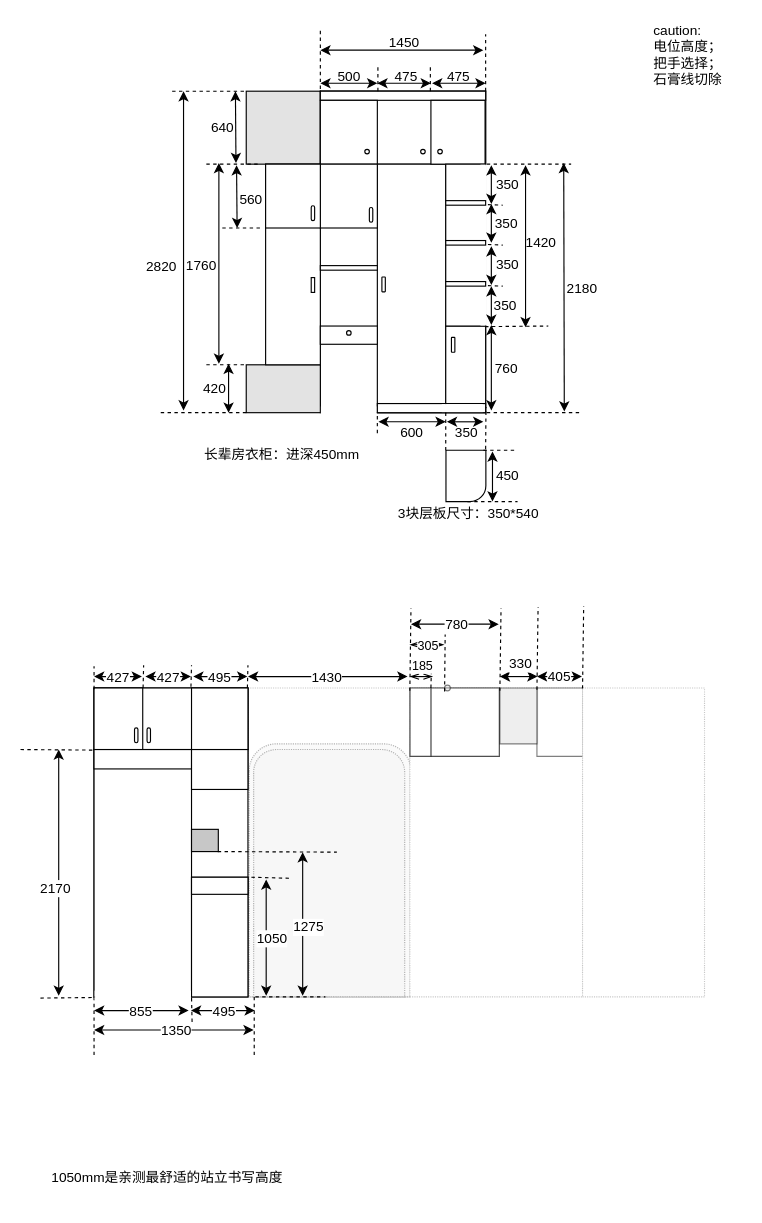
The draw.io diagram result/装修图.drawio in Soffiaa/getTitles, before the edit. Source tidied: cells renumbered, new cells numbered last; positions are measured from the earlier drawing's top-left corner, leaving out a move shared by most shapes. Both pictures are drawn from the tidied source at 114%, with x=0, y=0 at pixel (19, 19).
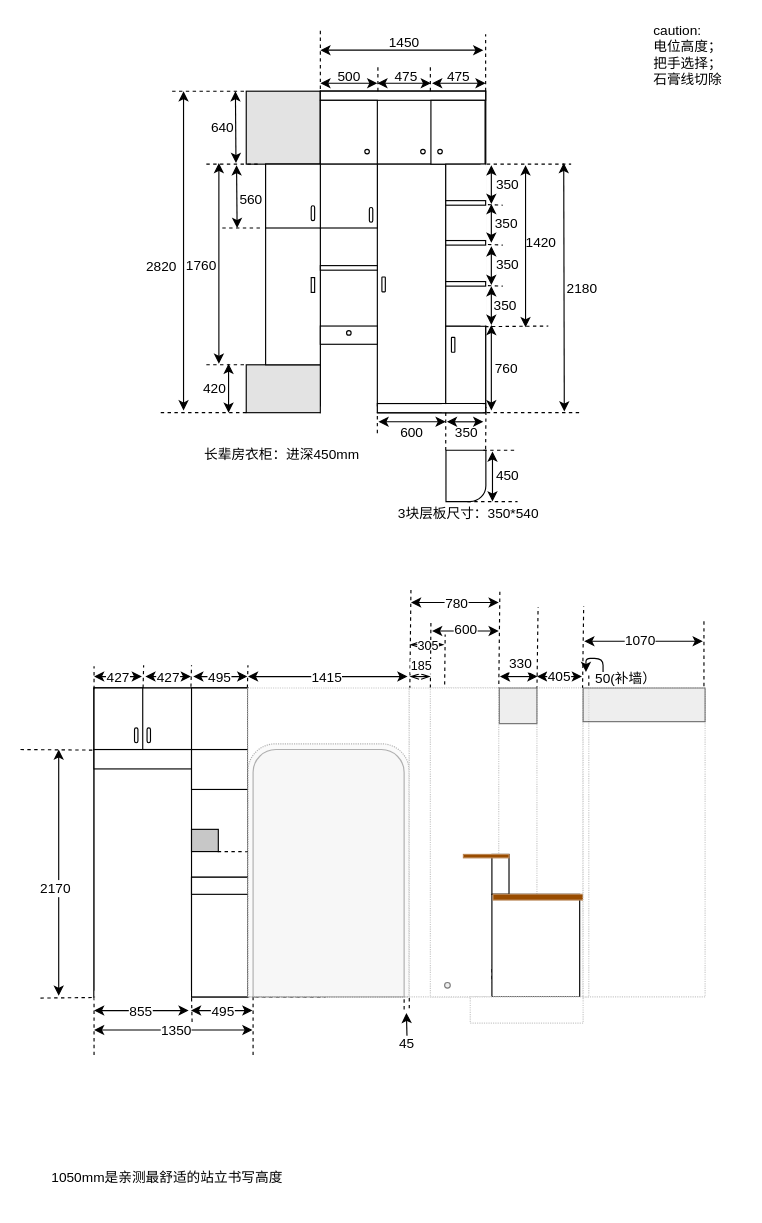
The same diagram, later.

The change refers to these unchanged cells:
```xml
<mxCell id="164" style="endArrow=classic;startArrow=classic;html=1;" parent="1" edge="1">
  <mxGeometry relative="1" as="geometry">
    <mxPoint x="200" y="576" as="sourcePoint" />
    <mxPoint x="340" y="576" as="targetPoint" />
  </mxGeometry>
</mxCell>
```

Diff of the diagram source:
```diff
@@
-    <mxCell id="2" style="group;" parent="1" vertex="1">
-      <mxGeometry x="200" y="586" width="143" height="272" as="geometry" />
-    </mxCell>
-    <mxCell id="3" style="group;" parent="2" vertex="1">
-      <mxGeometry width="143" height="272" as="geometry" />
-    </mxCell>
-    <mxCell id="4" style="rounded=0;whiteSpace=wrap;html=1;strokeColor=#C7C7C7;dashed=1;dashPattern=1 1;" parent="3" vertex="1">
-      <mxGeometry width="142" height="271" as="geometry" />
-    </mxCell>
-    <mxCell id="5" style="group;" parent="3" vertex="1">
-      <mxGeometry x="1" y="49" width="142" height="222" as="geometry" />
-    </mxCell>
-    <mxCell id="6" style="verticalLabelPosition=bottom;verticalAlign=top;html=1;shape=mxgraph.basic.rect;fillColor=#f5f5f5;fillColor2=none;strokeColor=#666666;strokeWidth=1;size=24;indent=5;dashed=1;dashPattern=1 1;topLeftStyle=rounded;topRightStyle=rounded;fontColor=#333333;opacity=50;" parent="5" vertex="1">
-      <mxGeometry width="142" height="222" as="geometry" />
-    </mxCell>
-    <mxCell id="7" style="verticalLabelPosition=bottom;verticalAlign=top;html=1;shape=mxgraph.basic.rect;fillColor=#f5f5f5;fillColor2=none;strokeColor=#666666;strokeWidth=1;size=20;indent=5;dashed=1;dashPattern=1 1;topLeftStyle=rounded;topRightStyle=rounded;fontColor=#333333;opacity=50;" parent="5" vertex="1">
-      <mxGeometry x="4" y="5" width="132.5" height="217" as="geometry" />
-    </mxCell>
@@
     <mxCell id="121" style="endArrow=none;dashed=1;html=1;" parent="1" edge="1">
       <mxGeometry relative="1" as="geometry">
-        <mxPoint x="205.5" y="908" as="sourcePoint" />
-        <mxPoint x="205.5" y="857" as="targetPoint" />
+        <mxPoint x="204.5" y="908" as="sourcePoint" />
+        <mxPoint x="204.5" y="857" as="targetPoint" />
       </mxGeometry>
     </mxCell>
     <mxCell id="122" style="endArrow=classic;startArrow=classic;html=1;" parent="1" edge="1">
       <mxGeometry relative="1" as="geometry">
         <mxPoint x="150" y="869" as="sourcePoint" />
-        <mxPoint x="206" y="869" as="targetPoint" />
+        <mxPoint x="204" y="869" as="targetPoint" />
       </mxGeometry>
     </mxCell>
@@
     <mxCell id="124" style="endArrow=classic;startArrow=classic;html=1;" parent="1" edge="1">
       <mxGeometry relative="1" as="geometry">
         <mxPoint x="65" y="886" as="sourcePoint" />
-        <mxPoint x="205" y="886" as="targetPoint" />
+        <mxPoint x="204" y="886" as="targetPoint" />
       </mxGeometry>
     </mxCell>
@@
-    <mxCell id="149" style="rounded=0;whiteSpace=wrap;html=1;strokeColor=#C7C7C7;dashed=1;dashPattern=1 1;fixDash=0;" parent="1" vertex="1">
-      <mxGeometry x="342" y="586" width="152" height="271" as="geometry" />
-    </mxCell>
-    <mxCell id="150" style="verticalLabelPosition=bottom;verticalAlign=top;html=1;shape=mxgraph.basic.rect;fillColor=#ffffff;fillColor2=none;strokeColor=#000000;strokeWidth=1;size=20;indent=5;opacity=50;" parent="1" vertex="1">
-      <mxGeometry x="342.5" y="586" width="78" height="60" as="geometry" />
-    </mxCell>
-    <mxCell id="151" style="verticalLabelPosition=bottom;verticalAlign=top;html=1;shape=mxgraph.basic.rect;fillColor=#ffffff;fillColor2=none;strokeColor=#000000;strokeWidth=1;size=20;indent=5;opacity=50;" parent="1" vertex="1">
-      <mxGeometry x="360.5" y="586" width="60" height="60" as="geometry" />
-    </mxCell>
-    <mxCell id="152" style="verticalLabelPosition=bottom;verticalAlign=top;html=1;shape=mxgraph.basic.rect;fillColor=#DEDEDE;fillColor2=none;strokeColor=#000000;strokeWidth=1;size=20;indent=5;opacity=50;" parent="1" vertex="1">
-      <mxGeometry x="421" y="586" width="33" height="49" as="geometry" />
-    </mxCell>
-    <mxCell id="153" style="verticalLabelPosition=bottom;verticalAlign=top;html=1;shape=mxgraph.basic.rect;fillColor=#ffffff;fillColor2=none;strokeColor=#000000;strokeWidth=1;size=20;indent=5;opacity=50;" parent="1" vertex="1">
-      <mxGeometry x="453.5" y="586" width="40.5" height="60" as="geometry" />
-    </mxCell>
-    <mxCell id="154" style="rounded=0;whiteSpace=wrap;html=1;strokeColor=#C7C7C7;dashed=1;dashPattern=1 1;fixDash=0;" parent="1" vertex="1">
-      <mxGeometry x="493.5" y="586" width="107" height="271" as="geometry" />
-    </mxCell>
-    <mxCell id="155" style="ellipse;whiteSpace=wrap;html=1;strokeColor=#000000;fillColor=#DEDEDE;opacity=50;" parent="1" vertex="1">
-      <mxGeometry x="372.5" y="583.5" width="5" height="5" as="geometry" />
-    </mxCell>
-    <mxCell id="156" style="verticalLabelPosition=bottom;verticalAlign=top;html=1;shape=mxgraph.basic.rect;fillColor=#ffffff;fillColor2=none;strokeColor=#000000;strokeWidth=1;size=20;indent=5;opacity=50;" parent="1" vertex="1">
-      <mxGeometry x="342" y="586" width="18.5" height="60" as="geometry" />
-    </mxCell>
     <mxCell id="157" style="endArrow=none;dashed=1;html=1;" parent="1" edge="1">
       <mxGeometry relative="1" as="geometry">
-        <mxPoint x="342" y="588.5" as="sourcePoint" />
-        <mxPoint x="343" y="516" as="targetPoint" />
+        <mxPoint x="342" y="587" as="sourcePoint" />
+        <mxPoint x="343" y="498" as="targetPoint" />
       </mxGeometry>
     </mxCell>
@@
     <mxCell id="161" style="endArrow=none;dashed=1;html=1;" parent="1" edge="1">
       <mxGeometry relative="1" as="geometry">
-        <mxPoint x="360.5" y="586" as="sourcePoint" />
-        <mxPoint x="361" y="566" as="targetPoint" />
+        <mxPoint x="360" y="586" as="sourcePoint" />
+        <mxPoint x="360.5" y="528" as="targetPoint" />
       </mxGeometry>
     </mxCell>
     <mxCell id="162" style="endArrow=openThin;startArrow=openThin;html=1;startFill=0;endFill=0;" parent="1" edge="1">
       <mxGeometry relative="1" as="geometry">
         <mxPoint x="342" y="576" as="sourcePoint" />
-        <mxPoint x="362" y="576" as="targetPoint" />
+        <mxPoint x="360" y="576" as="targetPoint" />
       </mxGeometry>
     </mxCell>
@@
-    <mxCell id="165" value="1430" style="text;html=1;align=center;verticalAlign=middle;labelBackgroundColor=#ffffff;" parent="164" vertex="1">
+    <mxCell id="165" value="1415" style="text;html=1;align=center;verticalAlign=middle;labelBackgroundColor=#ffffff;" parent="164" vertex="1">
       <mxGeometry x="-0.33" y="-4" relative="1" as="geometry">
         <mxPoint x="21" y="-4" as="offset" />
       </mxGeometry>
     </mxCell>
     <mxCell id="166" style="endArrow=none;dashed=1;html=1;" parent="1" edge="1">
       <mxGeometry relative="1" as="geometry">
-        <mxPoint x="421" y="588.5" as="sourcePoint" />
-        <mxPoint x="422" y="516" as="targetPoint" />
+        <mxPoint x="420" y="588.5" as="sourcePoint" />
+        <mxPoint x="421" y="499" as="targetPoint" />
       </mxGeometry>
     </mxCell>
     <mxCell id="167" style="endArrow=classic;startArrow=classic;html=1;" parent="1" edge="1">
       <mxGeometry relative="1" as="geometry">
-        <mxPoint x="343" y="530" as="sourcePoint" />
-        <mxPoint x="420" y="530" as="targetPoint" />
+        <mxPoint x="343" y="511" as="sourcePoint" />
+        <mxPoint x="420" y="511" as="targetPoint" />
       </mxGeometry>
     </mxCell>
@@
+    <mxCell id="175" style="endArrow=none;dashed=1;html=1;" parent="1" edge="1">
+      <mxGeometry relative="1" as="geometry">
+        <mxPoint x="337" y="868" as="sourcePoint" />
+        <mxPoint x="337" y="856" as="targetPoint" />
+      </mxGeometry>
+    </mxCell>
+    <mxCell id="176" style="endArrow=classic;html=1;" parent="1" edge="1">
+      <mxGeometry relative="1" as="geometry">
+        <mxPoint x="339.5" y="891" as="sourcePoint" />
+        <mxPoint x="339" y="871" as="targetPoint" />
+      </mxGeometry>
+    </mxCell>
+    <mxCell id="177" value="45" style="text;html=1;align=left;verticalAlign=top;spacingTop=-4;" parent="1" vertex="1">
+      <mxGeometry x="331" y="888" width="30" height="20" as="geometry" />
+    </mxCell>
+    <mxCell id="178" style="group;" parent="1" vertex="1">
+      <mxGeometry x="200" y="586" width="141.5" height="271" as="geometry" />
+    </mxCell>
+    <mxCell id="4" style="rounded=0;whiteSpace=wrap;html=1;strokeColor=#C7C7C7;dashed=1;dashPattern=1 1;" parent="178" vertex="1">
+      <mxGeometry width="141.5" height="271" as="geometry" />
+    </mxCell>
+    <mxCell id="179" style="group;" parent="178" vertex="1">
+      <mxGeometry y="49" width="141.5" height="222" as="geometry" />
+    </mxCell>
+    <mxCell id="6" style="verticalLabelPosition=bottom;verticalAlign=top;html=1;shape=mxgraph.basic.rect;fillColor=#f5f5f5;fillColor2=none;strokeColor=#666666;strokeWidth=1;size=24;indent=5;dashed=1;dashPattern=1 1;topLeftStyle=rounded;topRightStyle=rounded;fontColor=#333333;opacity=50;" parent="179" vertex="1">
+      <mxGeometry width="141.5" height="222" as="geometry" />
+    </mxCell>
+    <mxCell id="7" style="verticalLabelPosition=bottom;verticalAlign=top;html=1;shape=mxgraph.basic.rect;fillColor=#f5f5f5;fillColor2=none;strokeColor=#666666;strokeWidth=1;size=20;indent=5;topLeftStyle=rounded;topRightStyle=rounded;fontColor=#333333;opacity=50;" parent="179" vertex="1">
+      <mxGeometry x="4.5" y="5" width="132.5" height="217" as="geometry" />
+    </mxCell>
+    <mxCell id="180" style="endArrow=none;dashed=1;html=1;" parent="1" edge="1">
+      <mxGeometry relative="1" as="geometry">
+        <mxPoint x="341.5" y="867" as="sourcePoint" />
+        <mxPoint x="341.5" y="857" as="targetPoint" />
+      </mxGeometry>
+    </mxCell>
+    <mxCell id="149" style="rounded=0;whiteSpace=wrap;html=1;strokeColor=#C7C7C7;dashed=1;dashPattern=1 1;fixDash=0;" parent="1" vertex="1">
+      <mxGeometry x="341.5" y="586" width="152" height="271" as="geometry" />
+    </mxCell>
+    <mxCell id="154" style="rounded=0;whiteSpace=wrap;html=1;strokeColor=#C7C7C7;dashed=1;dashPattern=1 1;fixDash=0;" parent="1" vertex="1">
+      <mxGeometry x="494" y="586" width="107" height="271" as="geometry" />
+    </mxCell>
+    <mxCell id="181" style="rounded=0;whiteSpace=wrap;html=1;strokeColor=#C7C7C7;dashed=1;dashPattern=1 1;fixDash=0;" parent="1" vertex="1">
+      <mxGeometry x="360" y="586" width="60" height="271" as="geometry" />
+    </mxCell>
+    <mxCell id="155" style="ellipse;whiteSpace=wrap;html=1;strokeColor=#000000;fillColor=#DEDEDE;opacity=50;" parent="1" vertex="1">
+      <mxGeometry x="372.5" y="844.3" width="5" height="5" as="geometry" />
+    </mxCell>
+    <mxCell id="182" style="endArrow=classic;startArrow=classic;html=1;" parent="1" edge="1">
+      <mxGeometry relative="1" as="geometry">
+        <mxPoint x="361.5" y="536" as="sourcePoint" />
+        <mxPoint x="420" y="536" as="targetPoint" />
+      </mxGeometry>
+    </mxCell>
+    <mxCell id="183" value="600" style="text;html=1;align=center;verticalAlign=middle;labelBackgroundColor=#ffffff;" parent="182" vertex="1">
+      <mxGeometry x="-0.33" y="-4" relative="1" as="geometry">
+        <mxPoint x="9" y="-6" as="offset" />
+      </mxGeometry>
+    </mxCell>
+    <mxCell id="184" style="rounded=0;whiteSpace=wrap;html=1;strokeColor=#C7C7C7;dashed=1;dashPattern=1 1;fixDash=0;" parent="1" vertex="1">
+      <mxGeometry x="453.5" y="586" width="40.5" height="271" as="geometry" />
+    </mxCell>
+    <mxCell id="152" style="verticalLabelPosition=bottom;verticalAlign=top;html=1;shape=mxgraph.basic.rect;fillColor=#DEDEDE;fillColor2=none;strokeColor=#000000;strokeWidth=1;size=20;indent=5;opacity=50;" parent="1" vertex="1">
+      <mxGeometry x="420.5" y="586" width="33" height="31.2" as="geometry" />
+    </mxCell>
+    <mxCell id="185" style="endArrow=none;dashed=1;html=1;" parent="1" edge="1">
+      <mxGeometry relative="1" as="geometry">
+        <mxPoint x="600" y="584.5" as="sourcePoint" />
+        <mxPoint x="600" y="526" as="targetPoint" />
+      </mxGeometry>
+    </mxCell>
+    <mxCell id="186" style="endArrow=classic;startArrow=classic;html=1;" parent="1" edge="1">
+      <mxGeometry relative="1" as="geometry">
+        <mxPoint x="495" y="545" as="sourcePoint" />
+        <mxPoint x="599" y="545" as="targetPoint" />
+      </mxGeometry>
+    </mxCell>
+    <mxCell id="187" value="1070" style="text;html=1;align=center;verticalAlign=middle;labelBackgroundColor=#ffffff;" parent="186" vertex="1">
+      <mxGeometry x="-0.33" y="-4" relative="1" as="geometry">
+        <mxPoint x="13" y="-5" as="offset" />
+      </mxGeometry>
+    </mxCell>
+    <mxCell id="188" style="rounded=0;whiteSpace=wrap;html=1;strokeColor=#000000;fixDash=0;dashed=1;" parent="1" vertex="1">
+      <mxGeometry x="414" y="829.5" width="15" height="15" as="geometry" />
+    </mxCell>
+    <mxCell id="189" style="group;" parent="1" vertex="1">
+      <mxGeometry x="389" y="732" width="105" height="125" as="geometry" />
+    </mxCell>
+    <mxCell id="190" style="group;" parent="189" vertex="1">
+      <mxGeometry width="40" height="35" as="geometry" />
+    </mxCell>
+    <mxCell id="191" style="rounded=0;whiteSpace=wrap;html=1;strokeColor=#000000;fixDash=0;" parent="190" vertex="1">
+      <mxGeometry x="25" width="15" height="35" as="geometry" />
+    </mxCell>
+    <mxCell id="192" style="rounded=0;whiteSpace=wrap;html=1;strokeColor=#BA8452;fixDash=0;fillColor=#994C00;" parent="190" vertex="1">
+      <mxGeometry width="40" height="3" as="geometry" />
+    </mxCell>
+    <mxCell id="193" style="group;" parent="189" vertex="1">
+      <mxGeometry x="25" y="35" width="80" height="90" as="geometry" />
+    </mxCell>
+    <mxCell id="194" style="rounded=0;whiteSpace=wrap;html=1;strokeColor=#000000;fixDash=0;" parent="193" vertex="1">
+      <mxGeometry width="77" height="90" as="geometry" />
+    </mxCell>
+    <mxCell id="195" style="rounded=0;whiteSpace=wrap;html=1;strokeColor=#BA8452;fixDash=0;fillColor=#994C00;" parent="193" vertex="1">
+      <mxGeometry x="1" width="79" height="5" as="geometry" />
+    </mxCell>
+    <mxCell id="196" style="rounded=0;whiteSpace=wrap;html=1;strokeColor=#C7C7C7;dashed=1;dashPattern=1 1;fixDash=0;" parent="1" vertex="1">
+      <mxGeometry x="395" y="857" width="99" height="23" as="geometry" />
+    </mxCell>
+    <mxCell id="197" style="rounded=0;whiteSpace=wrap;html=1;strokeColor=#C7C7C7;dashed=1;dashPattern=1 1;fixDash=0;" parent="1" vertex="1">
+      <mxGeometry x="494" y="586" width="5" height="271" as="geometry" />
+    </mxCell>
+    <mxCell id="198" style="verticalLabelPosition=bottom;verticalAlign=top;html=1;shape=mxgraph.basic.rect;fillColor=#DEDEDE;fillColor2=none;strokeColor=#000000;strokeWidth=1;size=20;indent=5;opacity=50;" parent="1" vertex="1">
+      <mxGeometry x="494" y="586" width="107" height="29.5" as="geometry" />
+    </mxCell>
+    <mxCell id="199" style="endArrow=none;dashed=1;html=1;" parent="1" edge="1">
+      <mxGeometry relative="1" as="geometry">
+        <mxPoint x="499" y="584" as="sourcePoint" />
+        <mxPoint x="499" y="572" as="targetPoint" />
+      </mxGeometry>
+    </mxCell>
+    <mxCell id="200" style="endArrow=classic;html=1;" parent="1" edge="1">
+      <mxGeometry relative="1" as="geometry">
+        <mxPoint x="511.5" y="572" as="sourcePoint" />
+        <mxPoint x="496.5" y="572" as="targetPoint" />
+        <Array as="points">
+          <mxPoint x="511.5" y="560" />
+          <mxPoint x="496.5" y="560" />
+        </Array>
+      </mxGeometry>
+    </mxCell>
+    <mxCell id="201" value="50(补墙）" style="text;html=1;align=left;verticalAlign=top;spacingTop=-4;" parent="1" vertex="1">
+      <mxGeometry x="503" y="567.5" width="64" height="14" as="geometry" />
+    </mxCell>
```
